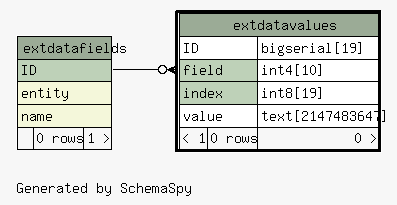
Before: diagrams/extdatavalues.1degree.png, a diagram exported from Graphviz (zeyosinc/zeyos-schema). Its source is kept beside it as diagrams/extdatavalues.1degree.dot.
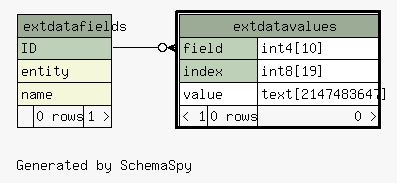
The same file after the commit.

Change to the diagram source:
```diff
@@ -34,7 +34,6 @@
     label=<
     <TABLE BORDER="2" CELLBORDER="1" CELLSPACING="0" BGCOLOR="#ffffff">
       <TR><TD COLSPAN="3" BGCOLOR="#9bab96" ALIGN="CENTER">extdatavalues</TD></TR>
-      <TR><TD PORT="ID" COLSPAN="2" ALIGN="LEFT">ID</TD><TD PORT="ID.type" ALIGN="LEFT">bigserial[19]</TD></TR>
       <TR><TD PORT="field" COLSPAN="2" BGCOLOR="#bed1b8" ALIGN="LEFT">field</TD><TD PORT="field.type" ALIGN="LEFT">int4[10]</TD></TR>
       <TR><TD PORT="index" COLSPAN="2" BGCOLOR="#bed1b8" ALIGN="LEFT">index</TD><TD PORT="index.type" ALIGN="LEFT">int8[19]</TD></TR>
       <TR><TD PORT="value" COLSPAN="2" ALIGN="LEFT">value</TD><TD PORT="value.type" ALIGN="LEFT">text[2147483647]</TD></TR>
```
